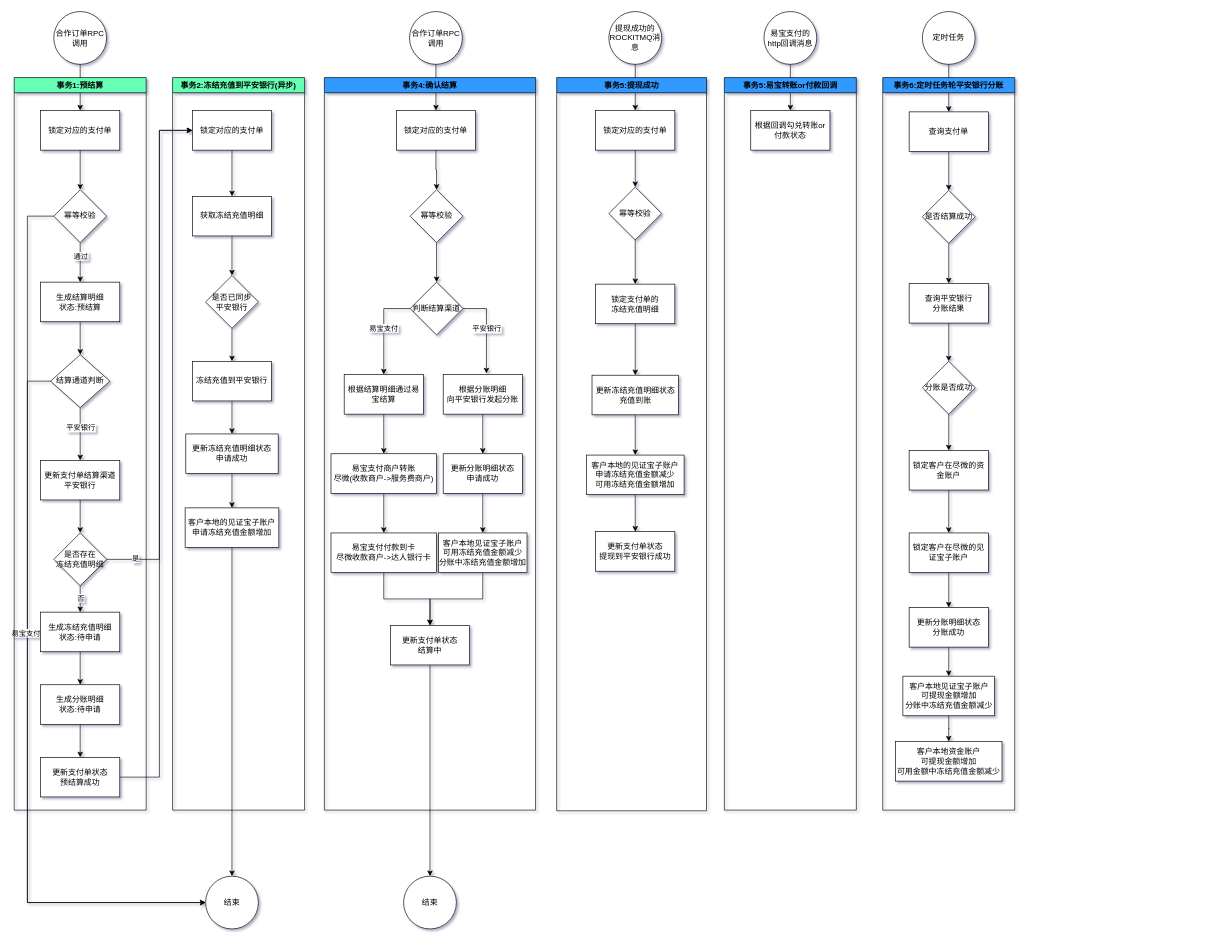
catface996/images keeps this draw.io diagram as 合作订单结算流程.drawio. Above is the earlier version. Source tidied: cells renumbered, new cells numbered last; positions are measured from the earlier drawing's top-left corner, leaving out a move shared by most shapes. Both pictures are drawn from the tidied source at 66%, with x=0, y=0 at pixel (14, 11).
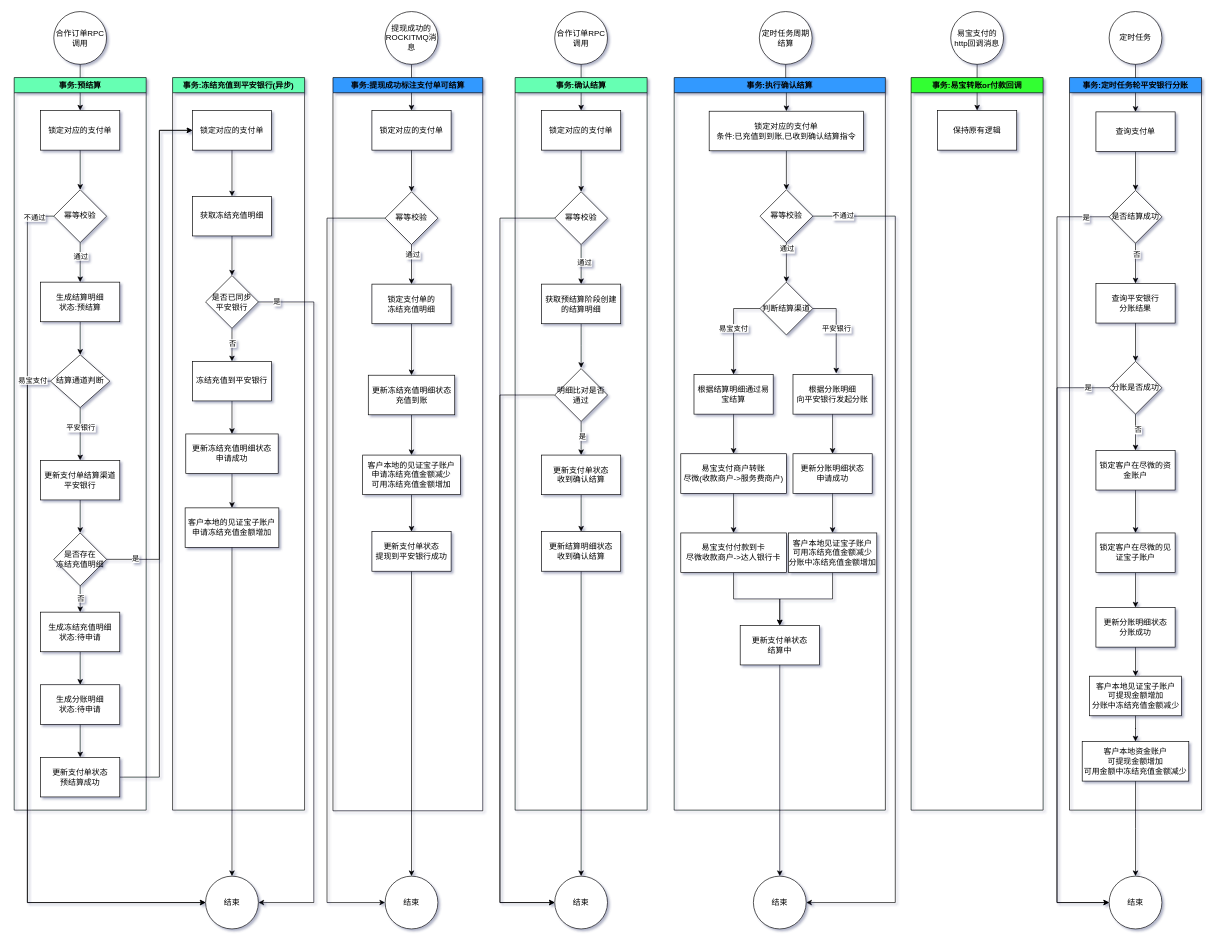
The same page after the edit.

Commit message:
更新合作订单结算流程.drawio

The change refers to these unchanged cells:
```xml
<mxCell id="9" style="edgeStyle=orthogonalEdgeStyle;rounded=0;jettySize=auto;html=1;entryX=0;entryY=0.5;entryDx=0;entryDy=0;" parent="1" edge="1" source="10" target="46">
  <mxGeometry relative="1" as="geometry">
    <Array as="points">
      <mxPoint x="20" y="310" />
      <mxPoint x="20" y="1350" />
    </Array>
  </mxGeometry>
</mxCell>
<mxCell id="16" style="edgeStyle=orthogonalEdgeStyle;rounded=0;jettySize=auto;html=1;entryX=0;entryY=0.5;entryDx=0;entryDy=0;" parent="1" edge="1" source="20" target="46">
  <mxGeometry relative="1" as="geometry">
    <Array as="points">
      <mxPoint x="20" y="560" />
      <mxPoint x="20" y="1350" />
    </Array>
  </mxGeometry>
</mxCell>
<mxCell id="23" style="edgeStyle=orthogonalEdgeStyle;rounded=0;jettySize=auto;html=1;entryX=0.5;entryY=0;entryDx=0;entryDy=0;" parent="1" edge="1" source="24" target="42">
  <mxGeometry relative="1" as="geometry" />
</mxCell>
<mxCell id="24" value="是否已同步&lt;br&gt;平安银行" style="rhombus;whiteSpace=wrap;html=1;" parent="1" vertex="1">
  <mxGeometry x="290" y="400" width="80" height="80" as="geometry" />
</mxCell>
<mxCell id="46" value="结束" style="ellipse;whiteSpace=wrap;html=1;" parent="1" vertex="1">
  <mxGeometry x="290" y="1310" width="80" height="80" as="geometry" />
</mxCell>
<mxCell id="59" style="edgeStyle=orthogonalEdgeStyle;rounded=0;jettySize=auto;html=1;" parent="50" edge="1" source="60" target="63">
  <mxGeometry relative="1" as="geometry" />
</mxCell>
<mxCell id="60" value="幂等校验" style="rhombus;whiteSpace=wrap;html=1;" parent="50" vertex="1">
  <mxGeometry x="130" y="170" width="80" height="80" as="geometry" />
</mxCell>
<mxCell id="78" style="edgeStyle=orthogonalEdgeStyle;rounded=0;jettySize=auto;html=1;entryX=0.5;entryY=0;entryDx=0;entryDy=0;" parent="71" edge="1" source="79" target="81">
  <mxGeometry relative="1" as="geometry" />
</mxCell>
<mxCell id="79" value="是否结算成功" style="rhombus;whiteSpace=wrap;html=1;fillColor=#FFFFFF;" parent="71" vertex="1">
  <mxGeometry x="60" y="171" width="80" height="80" as="geometry" />
</mxCell>
<mxCell id="82" style="edgeStyle=orthogonalEdgeStyle;rounded=0;jettySize=auto;html=1;entryX=0.5;entryY=0;entryDx=0;entryDy=0;" parent="71" edge="1" source="83" target="73">
  <mxGeometry relative="1" as="geometry" />
</mxCell>
<mxCell id="83" value="分账是否成功" style="rhombus;whiteSpace=wrap;html=1;fillColor=#FFFFFF;" parent="71" vertex="1">
  <mxGeometry x="60" y="430" width="80" height="80" as="geometry" />
</mxCell>
<mxCell id="87" value="客户本地资金账户&lt;br&gt;可提现金额增加&lt;br&gt;可用金额中冻结充值金额减少" style="rounded=0;whiteSpace=wrap;html=1;fillColor=#FFFFFF;" parent="71" vertex="1">
  <mxGeometry x="19.2" y="1006" width="161.5" height="60" as="geometry" />
</mxCell>
<mxCell id="95" style="edgeStyle=orthogonalEdgeStyle;rounded=0;jettySize=auto;html=1;" parent="1" edge="1" source="96" target="98">
  <mxGeometry relative="1" as="geometry" />
</mxCell>
```

What changed in the source:
```diff
@@
+    <mxCell id="108" style="edgeStyle=orthogonalEdgeStyle;rounded=0;jettySize=auto;html=1;entryX=0.5;entryY=0;entryDx=0;entryDy=0;" parent="1" edge="1" source="145" target="129">
+      <mxGeometry relative="1" as="geometry" />
+    </mxCell>
@@
     <mxCell id="5" value="易宝支付的http回调消息" style="ellipse;whiteSpace=wrap;html=1;fillColor=#FFFFFF;" parent="1" vertex="1">
-      <mxGeometry x="1136" width="80" height="80" as="geometry" />
+      <mxGeometry x="1419" width="80" height="80" as="geometry" />
     </mxCell>
@@
+    <mxCell id="109" value="不通过" style="edgeLabel;html=1;align=center;verticalAlign=middle;" parent="9" vertex="1">
+      <mxGeometry x="-0.97" y="2" relative="1" as="geometry">
+        <mxPoint x="-10" y="-1" as="offset" />
+      </mxGeometry>
+    </mxCell>
@@
     <mxCell id="17" value="易宝支付" style="edgeLabel;html=1;align=center;verticalAlign=middle;" parent="16" vertex="1">
       <mxGeometry x="-0.46" y="-3" relative="1" as="geometry">
-        <mxPoint y="120" as="offset" />
+        <mxPoint x="10" y="-263" as="offset" />
       </mxGeometry>
     </mxCell>
@@
+    <mxCell id="110" value="否" style="edgeLabel;html=1;align=center;verticalAlign=middle;" parent="23" vertex="1">
+      <mxGeometry x="-0.11" relative="1" as="geometry" />
+    </mxCell>
+    <mxCell id="111" style="edgeStyle=orthogonalEdgeStyle;rounded=0;jettySize=auto;html=1;entryX=1;entryY=0.5;entryDx=0;entryDy=0;" parent="1" edge="1" source="24" target="46">
+      <mxGeometry relative="1" as="geometry">
+        <Array as="points">
+          <mxPoint x="454" y="440" />
+          <mxPoint x="454" y="1350" />
+        </Array>
+      </mxGeometry>
+    </mxCell>
+    <mxCell id="112" value="是" style="edgeLabel;html=1;align=center;verticalAlign=middle;" parent="111" vertex="1">
+      <mxGeometry x="-0.95" y="1" relative="1" as="geometry" />
+    </mxCell>
@@
-    <mxCell id="29" value="事务1:预结算" style="swimlane;fillColor=#66FFB3;" parent="1" vertex="1">
+    <mxCell id="29" value="事务:预结算" style="swimlane;fillColor=#66FFB3;" parent="1" vertex="1">
       <mxGeometry y="100" width="200" height="1110" as="geometry" />
     </mxCell>
@@
-    <mxCell id="40" value="事务2:冻结充值到平安银行(异步)" style="swimlane;fillColor=#66FFB3;" parent="1" vertex="1">
+    <mxCell id="40" value="事务:冻结充值到平安银行(异步)" style="swimlane;fillColor=#66FFB3;" parent="1" vertex="1">
       <mxGeometry x="240" y="100" width="200" height="1110" as="geometry" />
     </mxCell>
@@
-    <mxCell id="49" value="合作订单RPC调用" style="ellipse;whiteSpace=wrap;html=1;" parent="1" vertex="1">
-      <mxGeometry x="599" width="80" height="80" as="geometry" />
+    <mxCell id="49" value="定时任务周期结算" style="ellipse;whiteSpace=wrap;html=1;" parent="1" vertex="1">
+      <mxGeometry x="1129" width="80" height="80" as="geometry" />
     </mxCell>
-    <mxCell id="50" value="事务4:确认结算" style="swimlane;fillColor=#3399FF;" parent="1" vertex="1">
-      <mxGeometry x="470" y="100" width="320" height="1110" as="geometry" />
+    <mxCell id="50" value="事务:执行确认结算" style="swimlane;fillColor=#3399FF;" parent="1" vertex="1">
+      <mxGeometry x="1000" y="100" width="320" height="1110" as="geometry" />
     </mxCell>
@@
-    <mxCell id="58" value="锁定对应的支付单" style="rounded=0;whiteSpace=wrap;html=1;" parent="50" vertex="1">
-      <mxGeometry x="109" y="50" width="120" height="60" as="geometry" />
+    <mxCell id="58" value="锁定对应的支付单&lt;br&gt;条件:已充值到到账,已收到确认结算指令" style="rounded=0;whiteSpace=wrap;html=1;" parent="50" vertex="1">
+      <mxGeometry x="53" y="51" width="234" height="60" as="geometry" />
     </mxCell>
@@
+    <mxCell id="113" value="通过" style="edgeLabel;html=1;align=center;verticalAlign=middle;" parent="59" vertex="1">
+      <mxGeometry x="-0.69" relative="1" as="geometry" />
+    </mxCell>
@@
-    <mxCell id="71" value="事务6:定时任务轮平安银行分账" style="swimlane;fillColor=#3399FF;" parent="1" vertex="1">
-      <mxGeometry x="1316" y="100" width="200" height="1110" as="geometry" />
+    <mxCell id="71" value="事务:定时任务轮平安银行分账" style="swimlane;fillColor=#3399FF;" parent="1" vertex="1">
+      <mxGeometry x="1599" y="100" width="200" height="1110" as="geometry" />
     </mxCell>
@@
+    <mxCell id="114" value="否" style="edgeLabel;html=1;align=center;verticalAlign=middle;" parent="78" vertex="1">
+      <mxGeometry x="-0.48" y="1" relative="1" as="geometry" />
+    </mxCell>
@@
+    <mxCell id="115" value="否" style="edgeLabel;html=1;align=center;verticalAlign=middle;" parent="82" vertex="1">
+      <mxGeometry x="-0.17" y="3" relative="1" as="geometry" />
+    </mxCell>
@@
     <mxCell id="89" value="结束" style="ellipse;whiteSpace=wrap;html=1;" parent="1" vertex="1">
-      <mxGeometry x="590" y="1310" width="80" height="80" as="geometry" />
+      <mxGeometry x="1120" y="1310" width="80" height="80" as="geometry" />
     </mxCell>
-    <mxCell id="90" value="事务5:易宝转账or付款回调" style="swimlane;fillColor=#3399FF;" parent="1" vertex="1">
-      <mxGeometry x="1076" y="100" width="200" height="1110" as="geometry" />
+    <mxCell id="90" value="事务:易宝转账or付款回调" style="swimlane;fillColor=#33FF33;" parent="1" vertex="1">
+      <mxGeometry x="1359" y="100" width="200" height="1110" as="geometry" />
     </mxCell>
-    <mxCell id="91" value="根据回调勾兑转账or付款状态" style="rounded=0;whiteSpace=wrap;html=1;fillColor=#FFFFFF;" parent="90" vertex="1">
+    <mxCell id="91" value="保持原有逻辑" style="rounded=0;whiteSpace=wrap;html=1;fillColor=#FFFFFF;" parent="90" vertex="1">
       <mxGeometry x="40" y="50" width="120" height="60" as="geometry" />
     </mxCell>
@@
     <mxCell id="94" value="锁定对应的支付单" style="rounded=0;whiteSpace=wrap;html=1;fillColor=#FFFFFF;" parent="1" vertex="1">
-      <mxGeometry x="881" y="150" width="120" height="60" as="geometry" />
+      <mxGeometry x="542" y="150" width="120" height="60" as="geometry" />
     </mxCell>
@@
+    <mxCell id="116" value="通过" style="edgeLabel;html=1;align=center;verticalAlign=middle;" parent="95" vertex="1">
+      <mxGeometry x="-0.49" y="1" relative="1" as="geometry" />
+    </mxCell>
+    <mxCell id="117" style="edgeStyle=orthogonalEdgeStyle;rounded=0;jettySize=auto;html=1;entryX=0;entryY=0.5;entryDx=0;entryDy=0;exitX=0;exitY=0.5;exitDx=0;exitDy=0;" parent="1" edge="1" source="96" target="121">
+      <mxGeometry relative="1" as="geometry">
+        <Array as="points">
+          <mxPoint x="474" y="313" />
+          <mxPoint x="474" y="1350" />
+        </Array>
+      </mxGeometry>
+    </mxCell>
     <mxCell id="96" value="幂等校验" style="rhombus;whiteSpace=wrap;html=1;fillColor=#FFFFFF;" parent="1" vertex="1">
-      <mxGeometry x="901" y="266" width="80" height="80" as="geometry" />
+      <mxGeometry x="562" y="273" width="80" height="80" as="geometry" />
     </mxCell>
@@
     <mxCell id="98" value="锁定支付单的&lt;br&gt;冻结充值明细" style="rounded=0;whiteSpace=wrap;html=1;fillColor=#FFFFFF;" parent="1" vertex="1">
-      <mxGeometry x="881" y="413" width="120" height="60" as="geometry" />
+      <mxGeometry x="542" y="413" width="120" height="60" as="geometry" />
     </mxCell>
@@
     <mxCell id="100" value="更新冻结充值明细状态&lt;br&gt;充值到账" style="rounded=0;whiteSpace=wrap;html=1;fillColor=#FFFFFF;" parent="1" vertex="1">
-      <mxGeometry x="875.5" y="551" width="131" height="60" as="geometry" />
+      <mxGeometry x="536.5" y="551" width="131" height="60" as="geometry" />
     </mxCell>
@@
     <mxCell id="102" value="客户本地的见证宝子账户&lt;br&gt;申请冻结充值金额减少&lt;br&gt;可用冻结充值金额增加" style="rounded=0;whiteSpace=wrap;html=1;fillColor=#FFFFFF;" parent="1" vertex="1">
-      <mxGeometry x="867" y="672" width="148" height="60" as="geometry" />
+      <mxGeometry x="528" y="672" width="148" height="60" as="geometry" />
     </mxCell>
+    <mxCell id="118" style="edgeStyle=orthogonalEdgeStyle;rounded=0;jettySize=auto;html=1;entryX=0.5;entryY=0;entryDx=0;entryDy=0;" parent="1" edge="1" source="103" target="121">
+      <mxGeometry relative="1" as="geometry" />
+    </mxCell>
     <mxCell id="103" value="更新支付单状态&lt;br&gt;提现到平安银行成功" style="rounded=0;whiteSpace=wrap;html=1;fillColor=#FFFFFF;" parent="1" vertex="1">
-      <mxGeometry x="881" y="788" width="120" height="60" as="geometry" />
+      <mxGeometry x="542" y="788" width="120" height="60" as="geometry" />
     </mxCell>
@@
-    <mxCell id="105" value="事务5:提现成功" style="swimlane;fillColor=#3399FF;" parent="1" vertex="1">
-      <mxGeometry x="822" y="100" width="227" height="1111" as="geometry" />
+    <mxCell id="105" value="事务:提现成功标注支付单可结算" style="swimlane;fillColor=#3399FF;" parent="1" vertex="1">
+      <mxGeometry x="483" y="100" width="227" height="1111" as="geometry" />
     </mxCell>
     <mxCell id="106" value="提现成功的ROCKITMQ消息" style="ellipse;whiteSpace=wrap;html=1;" parent="1" vertex="1">
-      <mxGeometry x="901" width="80" height="80" as="geometry" />
+      <mxGeometry x="562" width="80" height="80" as="geometry" />
     </mxCell>
     <mxCell id="107" value="定时任务" style="ellipse;whiteSpace=wrap;html=1;fillColor=#FFFFFF;" parent="1" vertex="1">
-      <mxGeometry x="1376" width="80" height="80" as="geometry" />
+      <mxGeometry x="1659" width="80" height="80" as="geometry" />
     </mxCell>
+    <mxCell id="119" style="edgeStyle=orthogonalEdgeStyle;rounded=0;jettySize=auto;html=1;entryX=1;entryY=0.5;entryDx=0;entryDy=0;" parent="1" edge="1" source="60" target="89">
+      <mxGeometry relative="1" as="geometry">
+        <Array as="points">
+          <mxPoint x="1335" y="310" />
+          <mxPoint x="1335" y="1350" />
+        </Array>
+      </mxGeometry>
+    </mxCell>
+    <mxCell id="120" value="不通过" style="edgeLabel;html=1;align=center;verticalAlign=middle;" parent="119" vertex="1">
+      <mxGeometry x="-0.93" y="1" relative="1" as="geometry" />
+    </mxCell>
+    <mxCell id="121" value="结束" style="ellipse;whiteSpace=wrap;html=1;" parent="1" vertex="1">
+      <mxGeometry x="562" y="1310" width="80" height="80" as="geometry" />
+    </mxCell>
+    <mxCell id="122" style="edgeStyle=orthogonalEdgeStyle;rounded=0;jettySize=auto;html=1;entryX=0;entryY=0.5;entryDx=0;entryDy=0;" parent="1" edge="1" source="79" target="124">
+      <mxGeometry relative="1" as="geometry">
+        <Array as="points">
+          <mxPoint x="1580" y="311" />
+          <mxPoint x="1580" y="1350" />
+        </Array>
+      </mxGeometry>
+    </mxCell>
+    <mxCell id="123" value="是" style="edgeLabel;html=1;align=center;verticalAlign=middle;" parent="122" vertex="1">
+      <mxGeometry x="-0.94" y="1" relative="1" as="geometry" />
+    </mxCell>
+    <mxCell id="124" value="结束" style="ellipse;whiteSpace=wrap;html=1;" parent="1" vertex="1">
+      <mxGeometry x="1659" y="1310" width="80" height="80" as="geometry" />
+    </mxCell>
+    <mxCell id="125" style="edgeStyle=orthogonalEdgeStyle;rounded=0;jettySize=auto;html=1;entryX=0;entryY=0.5;entryDx=0;entryDy=0;" parent="1" edge="1" source="83" target="124">
+      <mxGeometry relative="1" as="geometry">
+        <Array as="points">
+          <mxPoint x="1580" y="570" />
+          <mxPoint x="1580" y="1350" />
+        </Array>
+      </mxGeometry>
+    </mxCell>
+    <mxCell id="126" value="是" style="edgeLabel;html=1;align=center;verticalAlign=middle;" parent="125" vertex="1">
+      <mxGeometry x="-0.93" y="-1" relative="1" as="geometry" />
+    </mxCell>
+    <mxCell id="127" style="edgeStyle=orthogonalEdgeStyle;rounded=0;jettySize=auto;html=1;entryX=0.5;entryY=0;entryDx=0;entryDy=0;" parent="1" edge="1" source="87" target="124">
+      <mxGeometry relative="1" as="geometry" />
+    </mxCell>
+    <mxCell id="128" style="edgeStyle=orthogonalEdgeStyle;rounded=0;jettySize=auto;html=1;entryX=0.5;entryY=0;entryDx=0;entryDy=0;" parent="1" edge="1" source="129" target="133">
+      <mxGeometry relative="1" as="geometry" />
+    </mxCell>
+    <mxCell id="129" value="锁定对应的支付单" style="rounded=0;whiteSpace=wrap;html=1;fillColor=#FFFFFF;" parent="1" vertex="1">
+      <mxGeometry x="799" y="150" width="120" height="60" as="geometry" />
+    </mxCell>
+    <mxCell id="130" style="edgeStyle=orthogonalEdgeStyle;rounded=0;jettySize=auto;html=1;" parent="1" edge="1" source="133" target="135">
+      <mxGeometry relative="1" as="geometry" />
+    </mxCell>
+    <mxCell id="131" value="通过" style="edgeLabel;html=1;align=center;verticalAlign=middle;" parent="130" vertex="1">
+      <mxGeometry x="-0.12" y="4" relative="1" as="geometry" />
+    </mxCell>
+    <mxCell id="132" style="edgeStyle=orthogonalEdgeStyle;rounded=0;jettySize=auto;html=1;entryX=0;entryY=0.5;entryDx=0;entryDy=0;" parent="1" edge="1" source="133" target="146">
+      <mxGeometry relative="1" as="geometry">
+        <Array as="points">
+          <mxPoint x="736" y="313" />
+          <mxPoint x="736" y="1350" />
+        </Array>
+      </mxGeometry>
+    </mxCell>
+    <mxCell id="133" value="幂等校验" style="rhombus;whiteSpace=wrap;html=1;fillColor=#FFFFFF;" parent="1" vertex="1">
+      <mxGeometry x="819" y="273" width="80" height="80" as="geometry" />
+    </mxCell>
+    <mxCell id="134" style="edgeStyle=orthogonalEdgeStyle;rounded=0;jettySize=auto;html=1;" parent="1" edge="1" source="135">
+      <mxGeometry relative="1" as="geometry">
+        <mxPoint x="859" y="540" as="targetPoint" />
+      </mxGeometry>
+    </mxCell>
+    <mxCell id="135" value="获取预结算阶段创建的结算明细" style="rounded=0;whiteSpace=wrap;html=1;fillColor=#FFFFFF;" parent="1" vertex="1">
+      <mxGeometry x="799" y="413" width="120" height="60" as="geometry" />
+    </mxCell>
+    <mxCell id="136" style="edgeStyle=orthogonalEdgeStyle;rounded=0;jettySize=auto;html=1;entryX=0.5;entryY=0;entryDx=0;entryDy=0;" parent="1" edge="1" source="139" target="141">
+      <mxGeometry relative="1" as="geometry" />
+    </mxCell>
+    <mxCell id="137" value="是" style="edgeLabel;html=1;align=center;verticalAlign=middle;" parent="136" vertex="1">
+      <mxGeometry x="-0.13" y="1" relative="1" as="geometry" />
+    </mxCell>
+    <mxCell id="138" style="edgeStyle=orthogonalEdgeStyle;rounded=0;jettySize=auto;html=1;entryX=0;entryY=0.5;entryDx=0;entryDy=0;" parent="1" edge="1" source="139" target="146">
+      <mxGeometry relative="1" as="geometry">
+        <Array as="points">
+          <mxPoint x="736" y="581" />
+          <mxPoint x="736" y="1350" />
+        </Array>
+      </mxGeometry>
+    </mxCell>
+    <mxCell id="139" value="明细比对是否通过" style="rhombus;whiteSpace=wrap;html=1;fillColor=#FFFFFF;" parent="1" vertex="1">
+      <mxGeometry x="819" y="541" width="80" height="80" as="geometry" />
+    </mxCell>
+    <mxCell id="140" style="edgeStyle=orthogonalEdgeStyle;rounded=0;jettySize=auto;html=1;entryX=0.5;entryY=0;entryDx=0;entryDy=0;" parent="1" edge="1" source="141" target="143">
+      <mxGeometry relative="1" as="geometry" />
+    </mxCell>
+    <mxCell id="141" value="更新支付单状态&lt;br&gt;收到确认结算" style="rounded=0;whiteSpace=wrap;html=1;fillColor=#FFFFFF;" parent="1" vertex="1">
+      <mxGeometry x="799" y="672" width="120" height="60" as="geometry" />
+    </mxCell>
+    <mxCell id="142" style="edgeStyle=orthogonalEdgeStyle;rounded=0;jettySize=auto;html=1;entryX=0.5;entryY=0;entryDx=0;entryDy=0;" parent="1" edge="1" source="143" target="146">
+      <mxGeometry relative="1" as="geometry" />
+    </mxCell>
+    <mxCell id="143" value="更新结算明细状态&lt;br&gt;收到确认结算" style="rounded=0;whiteSpace=wrap;html=1;fillColor=#FFFFFF;" parent="1" vertex="1">
+      <mxGeometry x="799" y="788" width="120" height="60" as="geometry" />
+    </mxCell>
+    <mxCell id="144" value="事务:确认结算" style="swimlane;fillColor=#66FFB3;" parent="1" vertex="1">
+      <mxGeometry x="759" y="100" width="200" height="1110" as="geometry" />
+    </mxCell>
+    <mxCell id="145" value="合作订单RPC调用" style="ellipse;whiteSpace=wrap;html=1;" parent="1" vertex="1">
+      <mxGeometry x="819" width="80" height="80" as="geometry" />
+    </mxCell>
+    <mxCell id="146" value="结束" style="ellipse;whiteSpace=wrap;html=1;" parent="1" vertex="1">
+      <mxGeometry x="819" y="1310" width="80" height="80" as="geometry" />
+    </mxCell>
```
